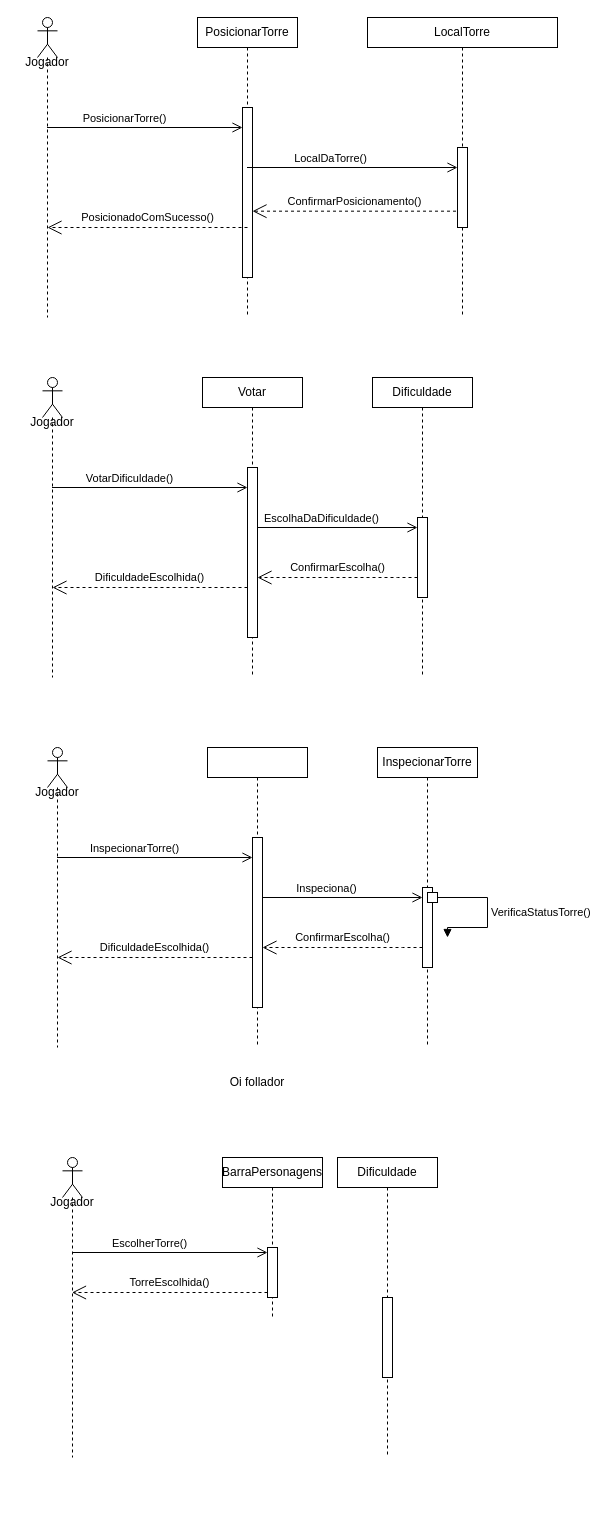
The draw.io diagram DiagramaDeSequênciaPlacementTower.drawio in DEV-0ne-Jao/Projeto-Integrador, before the edit. Source tidied: cells renumbered, new cells numbered last; positions are measured from the earlier drawing's top-left corner, leaving out a move shared by most shapes. Both pictures are drawn from the tidied source at 100%, with x=0, y=0 at pixel (17, 17).
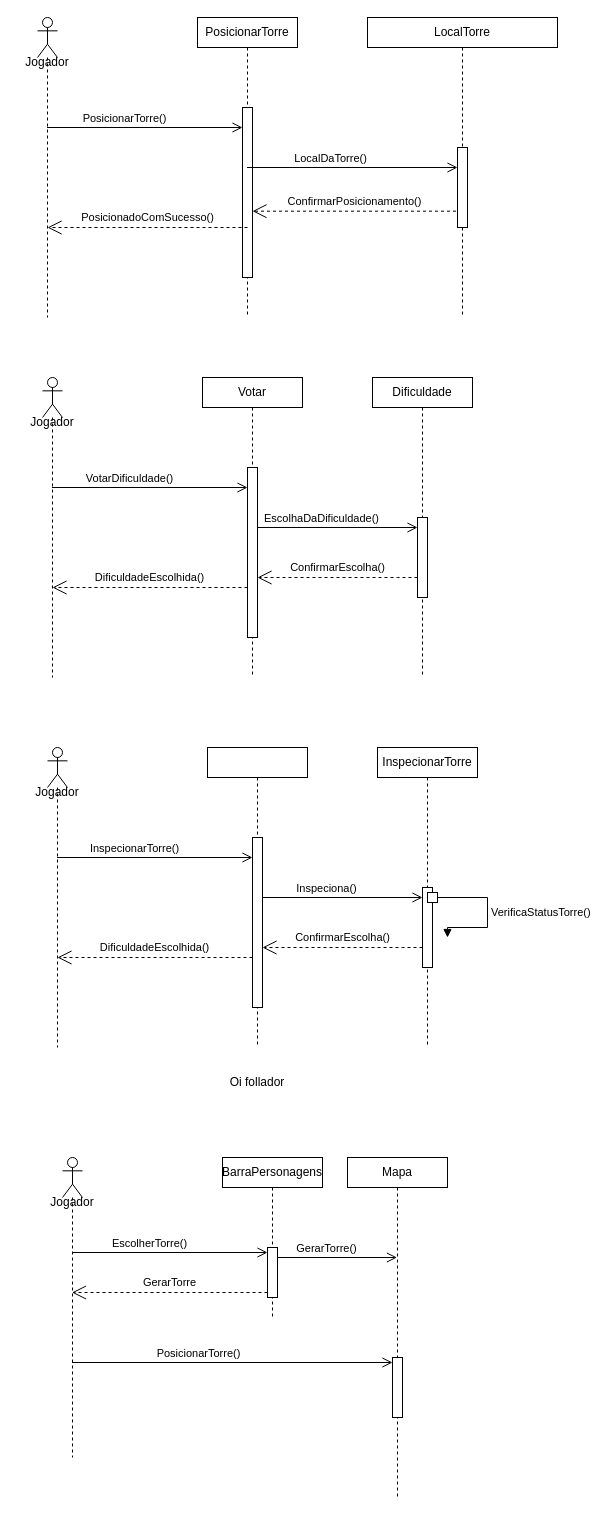
The same diagram, later.

Unchanged cells that the change refers to:
```xml
<mxCell id="41" style="shape=umlLifeline;perimeter=lifelinePerimeter;whiteSpace=wrap;html=1;outlineConnect=0;portConstraint=eastwest;newEdgeStyle={&quot;curved&quot;:0,&quot;rounded&quot;:0};participant=umlActor;size=40;" parent="1" vertex="1">
  <mxGeometry x="45" y="1140" width="20" height="300" as="geometry" />
</mxCell>
<mxCell id="43" style="html=1;points=[[0,0,0,0,5],[0,1,0,0,-5],[1,0,0,0,5],[1,1,0,0,-5]];perimeter=orthogonalPerimeter;outlineConnect=0;targetShapes=umlLifeline;portConstraint=eastwest;newEdgeStyle={&quot;curved&quot;:0,&quot;rounded&quot;:0};" parent="42" vertex="1">
  <mxGeometry x="45" y="90" width="10" height="50" as="geometry" />
</mxCell>
```

Change to the diagram source:
```diff
@@
-    <mxCell id="44" value="Dificuldade" style="shape=umlLifeline;perimeter=lifelinePerimeter;whiteSpace=wrap;html=1;outlineConnect=0;portConstraint=eastwest;newEdgeStyle={&quot;curved&quot;:0,&quot;rounded&quot;:0};size=30;" parent="1" vertex="1">
-      <mxGeometry x="320" y="1140" width="100" height="300" as="geometry" />
+    <mxCell id="44" value="Mapa" style="shape=umlLifeline;perimeter=lifelinePerimeter;whiteSpace=wrap;html=1;outlineConnect=0;portConstraint=eastwest;newEdgeStyle={&quot;curved&quot;:0,&quot;rounded&quot;:0};size=30;" parent="1" vertex="1">
+      <mxGeometry x="330" y="1140" width="100" height="340" as="geometry" />
     </mxCell>
     <mxCell id="45" style="html=1;points=[[0,0,0,0,5],[0,1,0,0,-5],[1,0,0,0,5],[1,1,0,0,-5]];perimeter=orthogonalPerimeter;outlineConnect=0;targetShapes=umlLifeline;portConstraint=eastwest;newEdgeStyle={&quot;curved&quot;:0,&quot;rounded&quot;:0};" parent="44" vertex="1">
-      <mxGeometry x="45" y="140" width="10" height="80" as="geometry" />
+      <mxGeometry x="45" y="200" width="10" height="60" as="geometry" />
     </mxCell>
@@
-    <mxCell id="49" value="TorreEscolhida()" style="endArrow=open;endSize=12;dashed=1;html=1;rounded=0;exitX=0;exitY=1;exitDx=0;exitDy=-5;exitPerimeter=0;" parent="1" edge="1" source="43" target="41">
+    <mxCell id="49" value="GerarTorre" style="endArrow=open;endSize=12;dashed=1;html=1;rounded=0;exitX=0;exitY=1;exitDx=0;exitDy=-5;exitPerimeter=0;" parent="1" edge="1" source="43" target="41">
       <mxGeometry y="-10" relative="1" as="geometry" />
     </mxCell>
+    <mxCell id="50" style="endArrow=open;startArrow=none;endFill=0;startFill=0;endSize=8;html=1;verticalAlign=bottom;labelBackgroundColor=none;strokeWidth=1;rounded=0;entryX=0;entryY=0;entryDx=0;entryDy=5;entryPerimeter=0;" parent="1" edge="1" source="41" target="45">
+      <mxGeometry relative="1" as="geometry" />
+    </mxCell>
+    <mxCell id="51" value="PosicionarTorre()" style="edgeLabel;html=1;align=center;verticalAlign=middle;" parent="50" vertex="1">
+      <mxGeometry x="-0.22" relative="1" as="geometry">
+        <mxPoint x="1" y="-10" as="offset" />
+      </mxGeometry>
+    </mxCell>
+    <mxCell id="52" style="endArrow=open;startArrow=none;endFill=0;startFill=0;endSize=8;html=1;verticalAlign=bottom;labelBackgroundColor=none;strokeWidth=1;rounded=0;" parent="1" edge="1" target="44">
+      <mxGeometry relative="1" as="geometry">
+        <mxPoint x="260" y="1240" as="sourcePoint" />
+      </mxGeometry>
+    </mxCell>
+    <mxCell id="53" value="GerarTorre()" style="edgeLabel;html=1;align=center;verticalAlign=middle;" parent="52" vertex="1">
+      <mxGeometry x="-0.22" relative="1" as="geometry">
+        <mxPoint x="1" y="-10" as="offset" />
+      </mxGeometry>
+    </mxCell>
```
